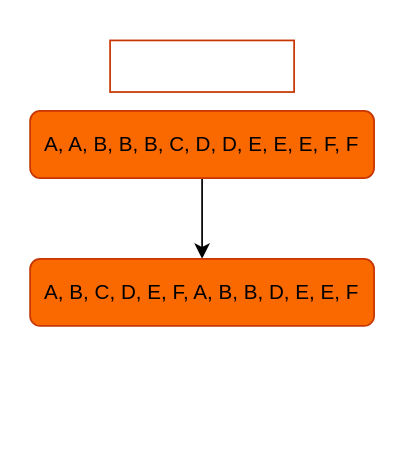
meshik/naive-vs-optimal keeps this draw.io diagram as remove_dup_sorted_array/main.drawio. Above is the earlier version. Source tidied: cells renumbered, new cells numbered last; positions are measured from the earlier drawing's top-left corner, leaving out a move shared by most shapes. Both pictures are drawn from the tidied source at 172%, with x=0, y=0 at pixel (29, 40).
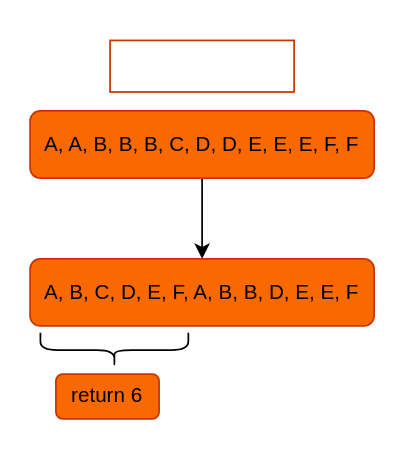
The same diagram, later.

Commit message (it also covers changes not shown here):
another naive + complexities

Diff of the diagram source:
```diff
@@
 <mxGraphModel>
   <root>
     <mxCell id="0" />
     <mxCell id="1" parent="0" />
     <mxCell id="2" style="edgeStyle=none;html=1;" parent="1" edge="1" source="3" target="5">
       <mxGeometry relative="1" as="geometry" />
     </mxCell>
     <mxCell id="3" value="A, A, B, B, B, C, D, D, E, E, E, F, F" style="whiteSpace=wrap;html=1;fillColor=#fa6800;fontColor=#000000;strokeColor=#C73500;rounded=1;shadow=0;glass=0;" parent="1" vertex="1">
       <mxGeometry y="41" width="200" height="39" as="geometry" />
     </mxCell>
     <mxCell id="4" value="&lt;font color=&quot;#ffffff&quot; style=&quot;font-size: 36px;&quot;&gt;nums&lt;/font&gt;" style="text;strokeColor=#C73500;align=center;fillColor=none;html=1;verticalAlign=middle;whiteSpace=wrap;rounded=0;fontColor=#000000;shadow=0;" parent="1" vertex="1">
       <mxGeometry x="46.5" width="107" height="30" as="geometry" />
     </mxCell>
     <mxCell id="5" value="A, B, C, D, E, F, A, B, B, D, E, E, F" style="whiteSpace=wrap;html=1;fillColor=#fa6800;strokeColor=#C73500;fontColor=#000000;rounded=1;shadow=0;glass=0;" parent="1" vertex="1">
       <mxGeometry y="127" width="200" height="39" as="geometry" />
     </mxCell>
+    <mxCell id="6" style="shape=curlyBracket;whiteSpace=wrap;html=1;rounded=1;labelPosition=left;verticalLabelPosition=middle;align=right;verticalAlign=middle;rotation=-90;" parent="1" vertex="1">
+      <mxGeometry x="39" y="137" width="20" height="86" as="geometry" />
+    </mxCell>
+    <mxCell id="7" value="return 6" style="whiteSpace=wrap;html=1;fillColor=#fa6800;strokeColor=#C73500;fontColor=#000000;rounded=1;shadow=0;glass=0;" parent="1" vertex="1">
+      <mxGeometry x="15" y="194" width="60" height="26" as="geometry" />
+    </mxCell>
   </root>
 </mxGraphModel>
```
